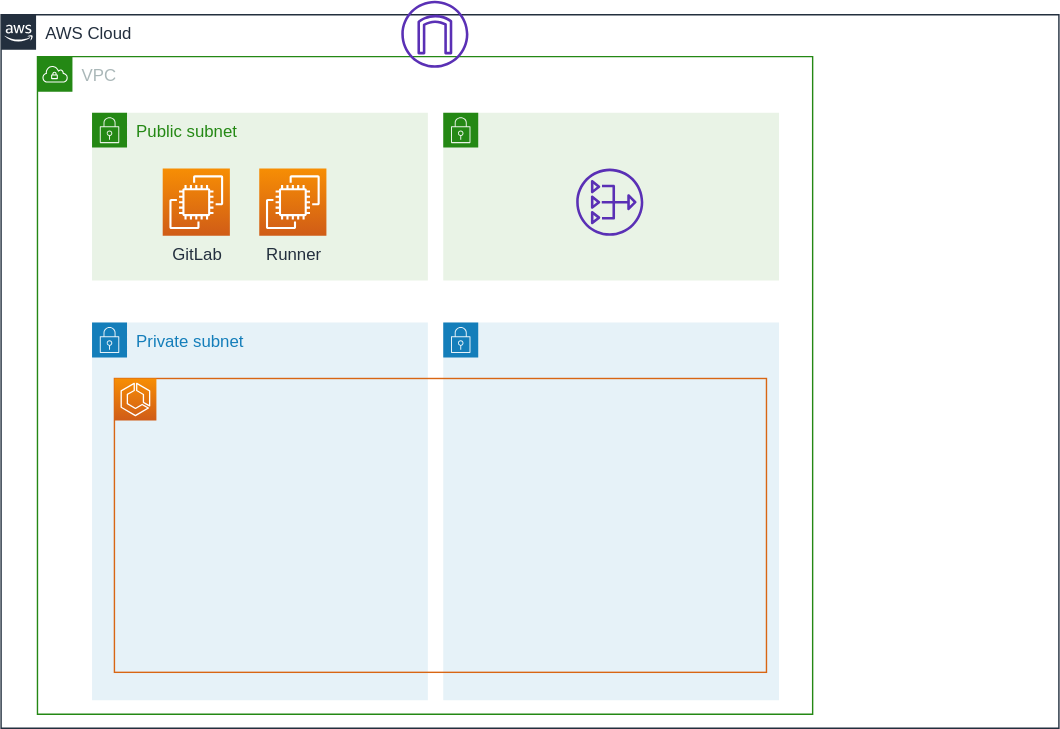
moriryota62/ecs-cicd keeps this draw.io diagram as documents/images/use-ecs.svg. Above is the earlier version. Source tidied: cells renumbered, new cells last; positions are measured from the earlier drawing's top-left corner, leaving out a move shared by most shapes. Source of this version:
```xml
<mxGraphModel>
  <root>
    <mxCell id="0" />
    <mxCell id="1" parent="0" />
    <mxCell id="2" value="AWS Cloud" style="gradientColor=none;html=1;whiteSpace=wrap;fontSize=12;fontStyle=0;shape=mxgraph.aws4.group;grIcon=mxgraph.aws4.group_aws_cloud_alt;strokeColor=#232F3E;fillColor=none;verticalAlign=top;align=left;spacingLeft=30;fontColor=#232F3E;dashed=0;" parent="1" vertex="1">
      <mxGeometry y="10" width="756" height="510" as="geometry" />
    </mxCell>
    <mxCell id="3" value="VPC" style="gradientColor=none;html=1;whiteSpace=wrap;fontSize=12;fontStyle=0;shape=mxgraph.aws4.group;grIcon=mxgraph.aws4.group_vpc;strokeColor=#248814;fillColor=none;verticalAlign=top;align=left;spacingLeft=30;fontColor=#AAB7B8;dashed=0;" parent="1" vertex="1">
      <mxGeometry x="26" y="40" width="554" height="470" as="geometry" />
    </mxCell>
    <mxCell id="4" value="Public subnet" style="gradientColor=none;html=1;whiteSpace=wrap;fontSize=12;fontStyle=0;shape=mxgraph.aws4.group;grIcon=mxgraph.aws4.group_security_group;grStroke=0;strokeColor=#248814;fillColor=#E9F3E6;verticalAlign=top;align=left;spacingLeft=30;fontColor=#248814;dashed=0;" parent="1" vertex="1">
      <mxGeometry x="65" y="80" width="240" height="120" as="geometry" />
    </mxCell>
    <mxCell id="5" style="gradientColor=none;html=1;whiteSpace=wrap;fontSize=12;fontStyle=0;shape=mxgraph.aws4.group;grIcon=mxgraph.aws4.group_security_group;grStroke=0;strokeColor=#248814;fillColor=#E9F3E6;verticalAlign=top;align=left;spacingLeft=30;fontColor=#248814;dashed=0;" parent="1" vertex="1">
      <mxGeometry x="316" y="80" width="240" height="120" as="geometry" />
    </mxCell>
    <mxCell id="6" value="GitLab" style="fontColor=#232F3E;gradientColor=#F78E04;gradientDirection=north;fillColor=#D05C17;strokeColor=#ffffff;dashed=0;verticalLabelPosition=bottom;verticalAlign=top;align=center;html=1;fontSize=12;fontStyle=0;shape=mxgraph.aws4.resourceIcon;resIcon=mxgraph.aws4.ec2;" parent="1" vertex="1">
      <mxGeometry x="115.5" y="120" width="48" height="48" as="geometry" />
    </mxCell>
    <mxCell id="7" value="Runner" style="fontColor=#232F3E;gradientColor=#F78E04;gradientDirection=north;fillColor=#D05C17;strokeColor=#ffffff;dashed=0;verticalLabelPosition=bottom;verticalAlign=top;align=center;html=1;fontSize=12;fontStyle=0;shape=mxgraph.aws4.resourceIcon;resIcon=mxgraph.aws4.ec2;" parent="1" vertex="1">
      <mxGeometry x="184.5" y="120" width="48" height="48" as="geometry" />
    </mxCell>
    <mxCell id="8" style="fontColor=#232F3E;gradientColor=none;fillColor=#5A30B5;strokeColor=none;dashed=0;verticalLabelPosition=bottom;verticalAlign=top;align=center;html=1;fontSize=12;fontStyle=0;shape=mxgraph.aws4.internet_gateway;" parent="1" vertex="1">
      <mxGeometry x="286" width="48" height="48" as="geometry" />
    </mxCell>
    <mxCell id="9" value="Private subnet" style="gradientColor=none;html=1;whiteSpace=wrap;fontSize=12;fontStyle=0;shape=mxgraph.aws4.group;grIcon=mxgraph.aws4.group_security_group;grStroke=0;strokeColor=#147EBA;fillColor=#E6F2F8;verticalAlign=top;align=left;spacingLeft=30;fontColor=#147EBA;dashed=0;" parent="1" vertex="1">
      <mxGeometry x="65" y="230" width="240" height="270" as="geometry" />
    </mxCell>
    <mxCell id="10" style="gradientColor=none;html=1;whiteSpace=wrap;fontSize=12;fontStyle=0;shape=mxgraph.aws4.group;grIcon=mxgraph.aws4.group_security_group;grStroke=0;strokeColor=#147EBA;fillColor=#E6F2F8;verticalAlign=top;align=left;spacingLeft=30;fontColor=#147EBA;dashed=0;" parent="1" vertex="1">
      <mxGeometry x="316" y="230" width="240" height="270" as="geometry" />
    </mxCell>
    <mxCell id="11" style="rounded=0;whiteSpace=wrap;html=1;strokeColor=#D86613;fillColor=none;" parent="1" vertex="1">
      <mxGeometry x="81" y="270" width="466" height="210" as="geometry" />
    </mxCell>
    <mxCell id="12" style="fontColor=#232F3E;gradientColor=#F78E04;gradientDirection=north;fillColor=#D05C17;strokeColor=#ffffff;dashed=0;verticalLabelPosition=bottom;verticalAlign=top;align=center;html=1;fontSize=12;fontStyle=0;shape=mxgraph.aws4.resourceIcon;resIcon=mxgraph.aws4.ecs;" parent="1" vertex="1">
      <mxGeometry x="81" y="270" width="30" height="30" as="geometry" />
    </mxCell>
    <mxCell id="13" style="fontColor=#232F3E;gradientColor=none;fillColor=#5A30B5;strokeColor=none;dashed=0;verticalLabelPosition=bottom;verticalAlign=top;align=center;html=1;fontSize=12;fontStyle=0;shape=mxgraph.aws4.nat_gateway;" parent="1" vertex="1">
      <mxGeometry x="411" y="120" width="48" height="48" as="geometry" />
    </mxCell>
  </root>
</mxGraphModel>
```
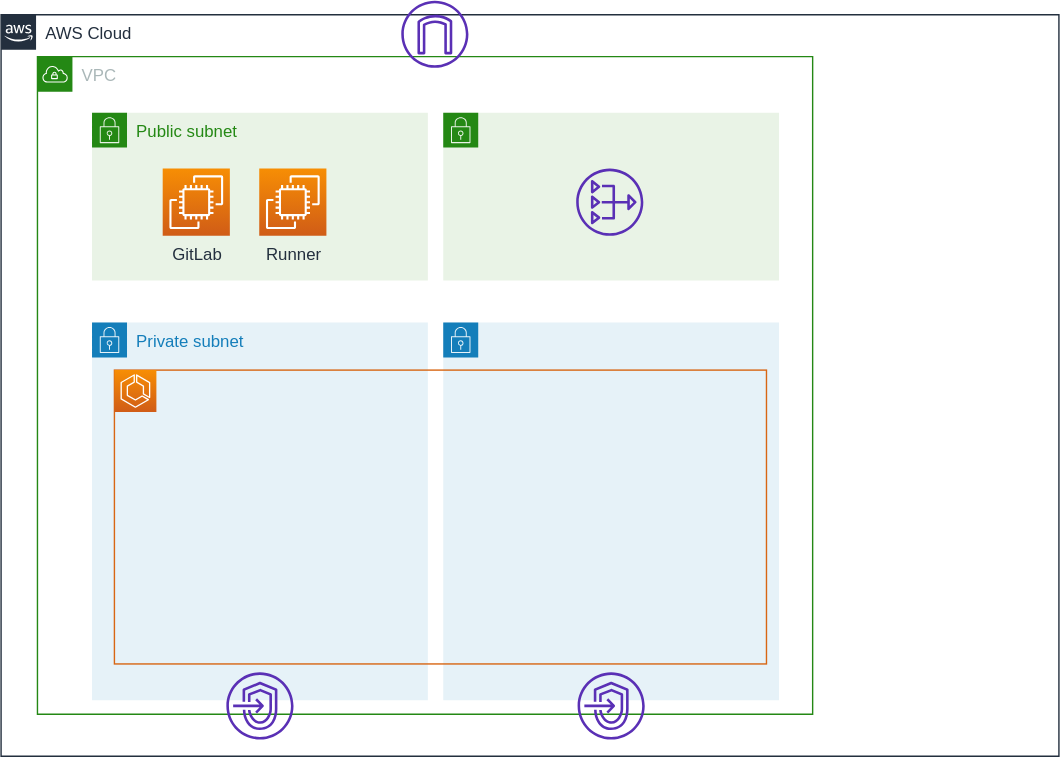
Later version of the same file.

The edit, as a diff of the source:
```diff
@@ -3,7 +3,7 @@
     <mxCell id="0" />
     <mxCell id="1" parent="0" />
     <mxCell id="2" value="AWS Cloud" style="gradientColor=none;html=1;whiteSpace=wrap;fontSize=12;fontStyle=0;shape=mxgraph.aws4.group;grIcon=mxgraph.aws4.group_aws_cloud_alt;strokeColor=#232F3E;fillColor=none;verticalAlign=top;align=left;spacingLeft=30;fontColor=#232F3E;dashed=0;" parent="1" vertex="1">
-      <mxGeometry y="10" width="756" height="510" as="geometry" />
+      <mxGeometry y="10" width="756" height="530" as="geometry" />
     </mxCell>
     <mxCell id="3" value="VPC" style="gradientColor=none;html=1;whiteSpace=wrap;fontSize=12;fontStyle=0;shape=mxgraph.aws4.group;grIcon=mxgraph.aws4.group_vpc;strokeColor=#248814;fillColor=none;verticalAlign=top;align=left;spacingLeft=30;fontColor=#AAB7B8;dashed=0;" parent="1" vertex="1">
       <mxGeometry x="26" y="40" width="554" height="470" as="geometry" />
@@ -30,13 +30,19 @@
       <mxGeometry x="316" y="230" width="240" height="270" as="geometry" />
     </mxCell>
     <mxCell id="11" style="rounded=0;whiteSpace=wrap;html=1;strokeColor=#D86613;fillColor=none;" parent="1" vertex="1">
-      <mxGeometry x="81" y="270" width="466" height="210" as="geometry" />
+      <mxGeometry x="81" y="264" width="466" height="210" as="geometry" />
     </mxCell>
     <mxCell id="12" style="fontColor=#232F3E;gradientColor=#F78E04;gradientDirection=north;fillColor=#D05C17;strokeColor=#ffffff;dashed=0;verticalLabelPosition=bottom;verticalAlign=top;align=center;html=1;fontSize=12;fontStyle=0;shape=mxgraph.aws4.resourceIcon;resIcon=mxgraph.aws4.ecs;" parent="1" vertex="1">
-      <mxGeometry x="81" y="270" width="30" height="30" as="geometry" />
+      <mxGeometry x="81" y="264" width="30" height="30" as="geometry" />
     </mxCell>
     <mxCell id="13" style="fontColor=#232F3E;gradientColor=none;fillColor=#5A30B5;strokeColor=none;dashed=0;verticalLabelPosition=bottom;verticalAlign=top;align=center;html=1;fontSize=12;fontStyle=0;shape=mxgraph.aws4.nat_gateway;" parent="1" vertex="1">
       <mxGeometry x="411" y="120" width="48" height="48" as="geometry" />
     </mxCell>
+    <mxCell id="14" style="fontColor=#232F3E;gradientColor=none;fillColor=#5A30B5;strokeColor=none;dashed=0;verticalLabelPosition=bottom;verticalAlign=top;align=center;html=1;fontSize=12;fontStyle=0;shape=mxgraph.aws4.endpoints;" parent="1" vertex="1">
+      <mxGeometry x="161" y="480" width="48" height="48" as="geometry" />
+    </mxCell>
+    <mxCell id="15" style="fontColor=#232F3E;gradientColor=none;fillColor=#5A30B5;strokeColor=none;dashed=0;verticalLabelPosition=bottom;verticalAlign=top;align=center;html=1;fontSize=12;fontStyle=0;shape=mxgraph.aws4.endpoints;" parent="1" vertex="1">
+      <mxGeometry x="412" y="480" width="48" height="48" as="geometry" />
+    </mxCell>
   </root>
 </mxGraphModel>
```
